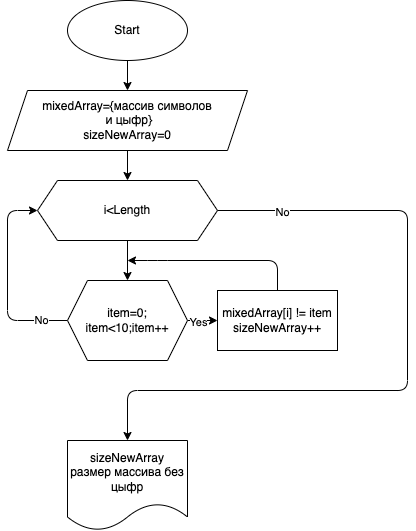
This is diagram.drawio.png from belkst/verification_work_c, a draw.io export, as it was before one commit. Source tidied: cells renumbered, new cells last; positions are measured from the earlier drawing's top-left corner, leaving out a move shared by most shapes.
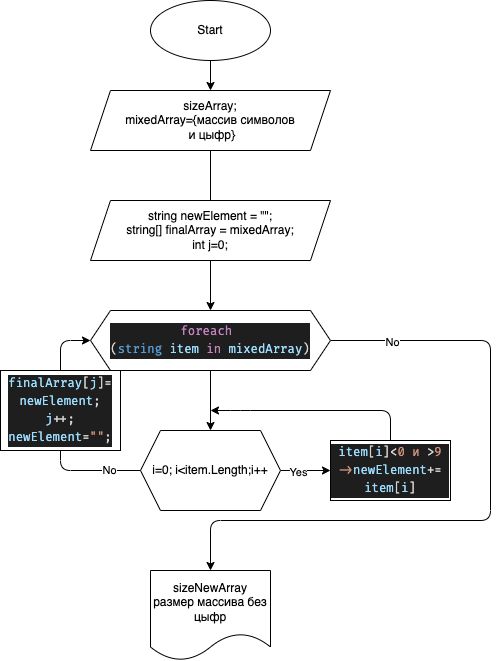
The same diagram one commit later.

Commit message:
Допилил диаграмму

Change to the diagram source:
```diff
@@ -11,7 +11,7 @@
     <mxCell id="4" style="edgeStyle=none;html=1;" parent="1" edge="1" source="5" target="10">
       <mxGeometry relative="1" as="geometry" />
     </mxCell>
-    <mxCell id="5" value="mixedArray={массив символов&lt;br&gt;&amp;nbsp;и цыфр}&lt;br&gt;sizeNewArray=0" style="shape=parallelogram;perimeter=parallelogramPerimeter;whiteSpace=wrap;html=1;fixedSize=1;" parent="1" vertex="1">
+    <mxCell id="5" value="sizeArray;&lt;br&gt;mixedArray={массив символов&lt;br&gt;&amp;nbsp;и цыфр}" style="shape=parallelogram;perimeter=parallelogramPerimeter;whiteSpace=wrap;html=1;fixedSize=1;" parent="1" vertex="1">
       <mxGeometry y="90" width="240" height="60" as="geometry" />
     </mxCell>
     <mxCell id="6" style="edgeStyle=none;html=1;" parent="1" edge="1" source="10" target="15">
@@ -19,17 +19,17 @@
     </mxCell>
     <mxCell id="7" style="edgeStyle=none;html=1;" parent="1" edge="1">
       <mxGeometry relative="1" as="geometry">
-        <mxPoint x="210" y="210" as="sourcePoint" />
-        <mxPoint x="190" y="210" as="targetPoint" />
+        <mxPoint x="210" y="340" as="sourcePoint" />
+        <mxPoint x="190" y="340" as="targetPoint" />
       </mxGeometry>
     </mxCell>
     <mxCell id="8" style="edgeStyle=none;html=1;" parent="1" edge="1" source="10">
       <mxGeometry relative="1" as="geometry">
-        <mxPoint x="120" y="440" as="targetPoint" />
+        <mxPoint x="120" y="570" as="targetPoint" />
         <Array as="points">
-          <mxPoint x="400" y="210" />
-          <mxPoint x="400" y="390" />
-          <mxPoint x="120" y="390" />
+          <mxPoint x="400" y="340" />
+          <mxPoint x="400" y="520" />
+          <mxPoint x="120" y="520" />
         </Array>
       </mxGeometry>
     </mxCell>
@@ -38,8 +38,8 @@
         <mxPoint y="1" as="offset" />
       </mxGeometry>
     </mxCell>
-    <mxCell id="10" value="i&amp;lt;Length" style="shape=hexagon;perimeter=hexagonPerimeter2;whiteSpace=wrap;html=1;fixedSize=1;" parent="1" vertex="1">
-      <mxGeometry x="30" y="180" width="180" height="60" as="geometry" />
+    <mxCell id="10" value="&lt;div style=&quot;color: rgb(212 , 212 , 212) ; background-color: rgb(30 , 30 , 30) ; font-family: &amp;#34;fira code&amp;#34; , &amp;#34;consolas&amp;#34; , &amp;#34;courier new&amp;#34; , monospace , &amp;#34;menlo&amp;#34; , &amp;#34;monaco&amp;#34; , &amp;#34;courier new&amp;#34; , monospace ; font-weight: normal ; font-size: 12px ; line-height: 18px&quot;&gt;&lt;span style=&quot;color: rgb(197 , 134 , 192)&quot;&gt;foreach&lt;/span&gt;&amp;nbsp;&lt;/div&gt;&lt;div style=&quot;color: rgb(212 , 212 , 212) ; background-color: rgb(30 , 30 , 30) ; font-family: &amp;#34;fira code&amp;#34; , &amp;#34;consolas&amp;#34; , &amp;#34;courier new&amp;#34; , monospace , &amp;#34;menlo&amp;#34; , &amp;#34;monaco&amp;#34; , &amp;#34;courier new&amp;#34; , monospace ; font-weight: normal ; font-size: 12px ; line-height: 18px&quot;&gt;(&lt;span style=&quot;color: rgb(86 , 156 , 214)&quot;&gt;string&lt;/span&gt;&amp;nbsp;&lt;span style=&quot;color: rgb(156 , 220 , 254)&quot;&gt;item&lt;/span&gt;&amp;nbsp;&lt;span style=&quot;color: rgb(197 , 134 , 192)&quot;&gt;in&lt;/span&gt;&amp;nbsp;&lt;span style=&quot;color: rgb(156 , 220 , 254)&quot;&gt;mixedArray&lt;/span&gt;)&lt;br&gt;&lt;/div&gt;" style="shape=hexagon;perimeter=hexagonPerimeter2;whiteSpace=wrap;html=1;fixedSize=1;" parent="1" vertex="1">
+      <mxGeometry y="310" width="240" height="60" as="geometry" />
     </mxCell>
     <mxCell id="11" style="edgeStyle=none;html=1;" parent="1" edge="1" source="15" target="17">
       <mxGeometry relative="1" as="geometry" />
@@ -52,31 +52,43 @@
     <mxCell id="13" style="edgeStyle=none;html=1;entryX=0;entryY=0.5;entryDx=0;entryDy=0;" parent="1" edge="1" source="15" target="10">
       <mxGeometry relative="1" as="geometry">
         <Array as="points">
-          <mxPoint y="320" />
-          <mxPoint y="210" />
+          <mxPoint x="-30" y="470" />
+          <mxPoint x="-30" y="340" />
+          <mxPoint y="340" />
         </Array>
       </mxGeometry>
     </mxCell>
     <mxCell id="14" value="No" style="edgeLabel;html=1;align=center;verticalAlign=middle;" parent="13" vertex="1">
       <mxGeometry x="-0.73" y="-1" relative="1" as="geometry" />
     </mxCell>
+    <mxCell id="19" value="Text" style="edgeLabel;html=1;align=center;verticalAlign=middle;" parent="13" vertex="1">
+      <mxGeometry x="0.23" y="4" relative="1" as="geometry">
+        <mxPoint x="1" as="offset" />
+      </mxGeometry>
+    </mxCell>
-    <mxCell id="15" value="item=0; item&amp;lt;10;item++" style="shape=hexagon;perimeter=hexagonPerimeter2;whiteSpace=wrap;html=1;fixedSize=1;" parent="1" vertex="1">
-      <mxGeometry x="60" y="280" width="120" height="80" as="geometry" />
+    <mxCell id="15" value="i=0; i&amp;lt;item.Length;i++" style="shape=hexagon;perimeter=hexagonPerimeter2;whiteSpace=wrap;html=1;fixedSize=1;" parent="1" vertex="1">
+      <mxGeometry x="50" y="430" width="140" height="80" as="geometry" />
     </mxCell>
     <mxCell id="16" style="edgeStyle=none;html=1;" parent="1" edge="1" source="17">
       <mxGeometry relative="1" as="geometry">
-        <mxPoint x="120" y="260" as="targetPoint" />
+        <mxPoint x="120" y="410" as="targetPoint" />
         <Array as="points">
-          <mxPoint x="270" y="260" />
-          <mxPoint x="150" y="260" />
+          <mxPoint x="300" y="410" />
+          <mxPoint x="150" y="410" />
         </Array>
       </mxGeometry>
     </mxCell>
-    <mxCell id="17" value="mixedArray[i] != item&lt;br&gt;sizeNewArray++" style="whiteSpace=wrap;html=1;" parent="1" vertex="1">
-      <mxGeometry x="210" y="290" width="120" height="60" as="geometry" />
+    <mxCell id="17" value="&lt;div style=&quot;color: rgb(212 , 212 , 212) ; background-color: rgb(30 , 30 , 30) ; font-family: &amp;#34;fira code&amp;#34; , &amp;#34;consolas&amp;#34; , &amp;#34;courier new&amp;#34; , monospace , &amp;#34;menlo&amp;#34; , &amp;#34;monaco&amp;#34; , &amp;#34;courier new&amp;#34; , monospace ; line-height: 18px&quot;&gt;&lt;span style=&quot;color: #9cdcfe&quot;&gt;item&lt;/span&gt;[&lt;span style=&quot;color: #9cdcfe&quot;&gt;i&lt;/span&gt;]&amp;lt;&lt;span style=&quot;color: #ce9178&quot;&gt;0 и&amp;nbsp;&lt;/span&gt;&amp;gt;&lt;span style=&quot;color: #ce9178&quot;&gt;9 -&amp;gt;&lt;/span&gt;&lt;span style=&quot;color: rgb(156 , 220 , 254)&quot;&gt;newElement&lt;/span&gt;&lt;span&gt;+=&lt;/span&gt;&lt;span&gt; &lt;/span&gt;&lt;span style=&quot;color: rgb(156 , 220 , 254)&quot;&gt;item&lt;/span&gt;&lt;span&gt;[&lt;/span&gt;&lt;span style=&quot;color: rgb(156 , 220 , 254)&quot;&gt;i&lt;/span&gt;&lt;span&gt;]&lt;/span&gt;&lt;/div&gt;" style="whiteSpace=wrap;html=1;" parent="1" vertex="1">
+      <mxGeometry x="240" y="440" width="120" height="60" as="geometry" />
     </mxCell>
     <mxCell id="18" value="&lt;span&gt;sizeNewArray&lt;br&gt;размер массива без цыфр&lt;br&gt;&lt;/span&gt;" style="shape=document;whiteSpace=wrap;html=1;boundedLbl=1;" parent="1" vertex="1">
-      <mxGeometry x="60" y="440" width="120" height="90" as="geometry" />
+      <mxGeometry x="60" y="570" width="120" height="90" as="geometry" />
     </mxCell>
+    <mxCell id="20" value="string newElement = &quot;&quot;;&lt;br&gt;string[] finalArray = mixedArray;&lt;br&gt;int j=0;" style="shape=parallelogram;perimeter=parallelogramPerimeter;whiteSpace=wrap;html=1;fixedSize=1;" parent="1" vertex="1">
+      <mxGeometry y="200" width="240" height="60" as="geometry" />
+    </mxCell>
+    <mxCell id="21" value="&lt;div style=&quot;color: rgb(212 , 212 , 212) ; background-color: rgb(30 , 30 , 30) ; font-family: &amp;#34;fira code&amp;#34; , &amp;#34;consolas&amp;#34; , &amp;#34;courier new&amp;#34; , monospace , &amp;#34;menlo&amp;#34; , &amp;#34;monaco&amp;#34; , &amp;#34;courier new&amp;#34; , monospace ; line-height: 18px&quot;&gt;&lt;div&gt;&lt;span style=&quot;color: #9cdcfe&quot;&gt;finalArray&lt;/span&gt;[&lt;span style=&quot;color: #9cdcfe&quot;&gt;j&lt;/span&gt;]=&lt;/div&gt;&lt;div&gt;&lt;span style=&quot;color: #9cdcfe&quot;&gt;newElement&lt;/span&gt;;&lt;/div&gt;&lt;div&gt;&lt;span style=&quot;color: rgb(156 , 220 , 254)&quot;&gt;j&lt;/span&gt;++;&lt;/div&gt;&lt;div&gt;    &lt;span style=&quot;color: #9cdcfe&quot;&gt;newElement&lt;/span&gt;=&lt;span style=&quot;color: #ce9178&quot;&gt;&quot;&quot;&lt;/span&gt;;&lt;/div&gt;&lt;/div&gt;" style="rounded=0;whiteSpace=wrap;html=1;" parent="1" vertex="1">
+      <mxGeometry x="-90" y="370" width="120" height="80" as="geometry" />
+    </mxCell>
   </root>
 </mxGraphModel>
```
